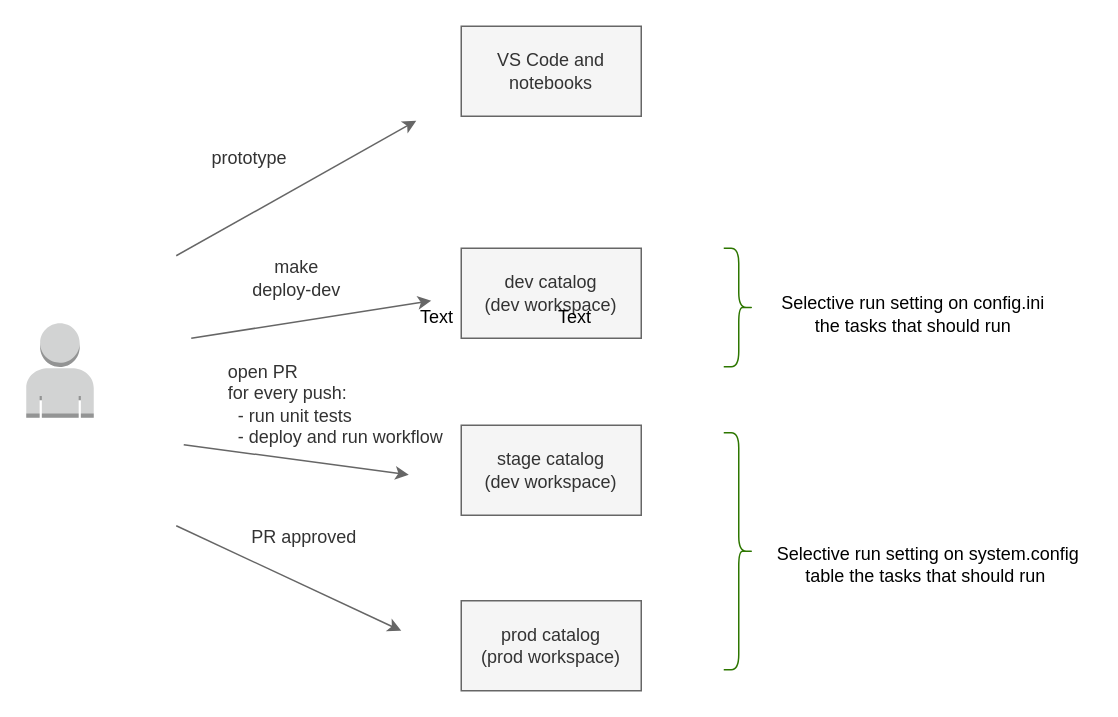
Earlier version of the draw.io diagram docs/ci_cd.drawio (andre-salvati/databricks-template). Source tidied: cells renumbered, new cells numbered last; positions are measured from the earlier drawing's top-left corner, leaving out a move shared by most shapes. Both pictures are drawn from the tidied source at 150%, with x=0, y=0 at pixel (26, 26).
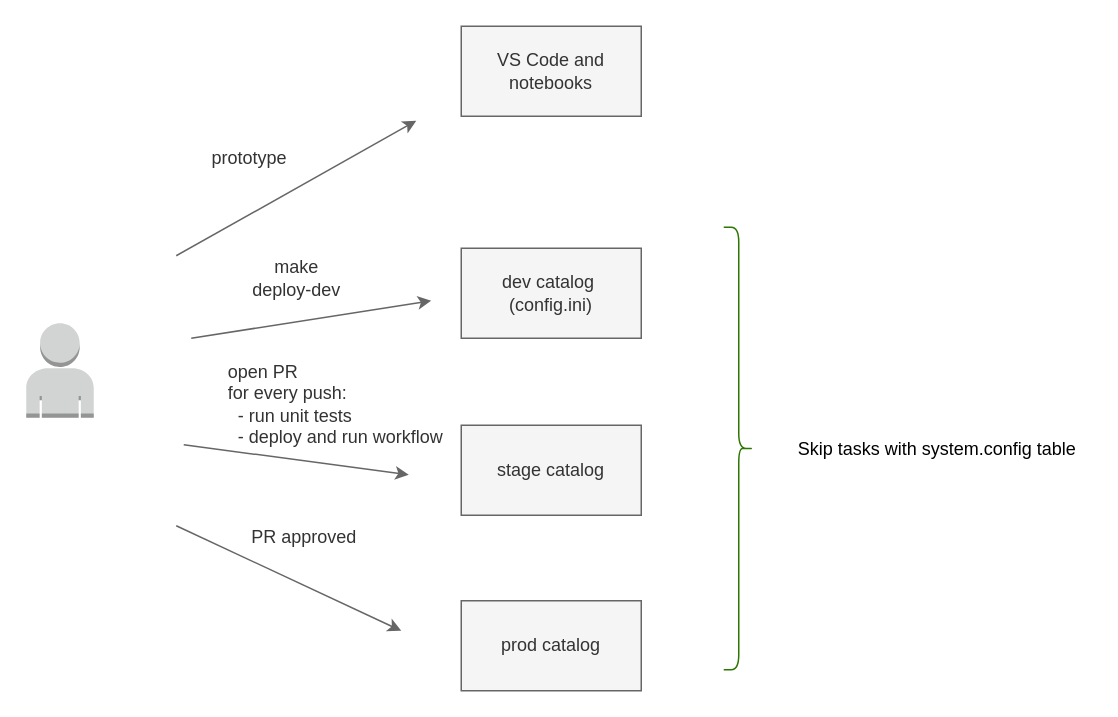
The same diagram, later.

What changed in the source:
```diff
@@
-    <mxCell id="4" value="dev catalog&lt;br&gt;(dev workspace)" style="rounded=0;whiteSpace=wrap;html=1;fillColor=#f5f5f5;fontColor=#333333;strokeColor=#666666;" parent="1" vertex="1">
+    <mxCell id="4" value="dev catalog&amp;nbsp;&lt;div&gt;(config.ini)&lt;/div&gt;" style="rounded=0;whiteSpace=wrap;html=1;fillColor=#f5f5f5;fontColor=#333333;strokeColor=#666666;" parent="1" vertex="1">
       <mxGeometry x="290" y="148" width="120" height="60" as="geometry" />
     </mxCell>
-    <mxCell id="5" value="stage catalog&lt;br&gt;(dev workspace)" style="rounded=0;whiteSpace=wrap;html=1;fillColor=#f5f5f5;fontColor=#333333;strokeColor=#666666;" parent="1" vertex="1">
+    <mxCell id="5" value="stage catalog" style="rounded=0;whiteSpace=wrap;html=1;fillColor=#f5f5f5;fontColor=#333333;strokeColor=#666666;" parent="1" vertex="1">
       <mxGeometry x="290" y="266" width="120" height="60" as="geometry" />
     </mxCell>
-    <mxCell id="6" value="prod catalog&lt;br&gt;(prod workspace)" style="rounded=0;whiteSpace=wrap;html=1;fillColor=#f5f5f5;fontColor=#333333;strokeColor=#666666;" parent="1" vertex="1">
+    <mxCell id="6" value="prod catalog" style="rounded=0;whiteSpace=wrap;html=1;fillColor=#f5f5f5;fontColor=#333333;strokeColor=#666666;" parent="1" vertex="1">
       <mxGeometry x="290" y="383" width="120" height="60" as="geometry" />
     </mxCell>
@@
-    <mxCell id="15" style="shape=curlyBracket;whiteSpace=wrap;html=1;rounded=1;flipH=1;labelPosition=right;verticalLabelPosition=middle;align=left;verticalAlign=middle;fillColor=#60a917;fontColor=#ffffff;strokeColor=#2D7600;" parent="1" vertex="1">
-      <mxGeometry x="465" y="148" width="20" height="79" as="geometry" />
-    </mxCell>
     <mxCell id="16" style="shape=curlyBracket;whiteSpace=wrap;html=1;rounded=1;flipH=1;labelPosition=right;verticalLabelPosition=middle;align=left;verticalAlign=middle;fillColor=#60a917;fontColor=#ffffff;strokeColor=#2D7600;" parent="1" vertex="1">
-      <mxGeometry x="465" y="271" width="20" height="158" as="geometry" />
+      <mxGeometry x="465" y="134" width="20" height="295" as="geometry" />
     </mxCell>
-    <mxCell id="17" value="Text" style="text;html=1;strokeColor=none;fillColor=none;align=center;verticalAlign=middle;whiteSpace=wrap;rounded=0;" parent="1" vertex="1">
-      <mxGeometry x="244" y="179" width="60" height="30" as="geometry" />
-    </mxCell>
-    <mxCell id="18" value="Text" style="text;html=1;strokeColor=none;fillColor=none;align=center;verticalAlign=middle;whiteSpace=wrap;rounded=0;" parent="1" vertex="1">
-      <mxGeometry x="336" y="179" width="60" height="30" as="geometry" />
-    </mxCell>
-    <mxCell id="19" value="Selective run setting on config.ini&lt;br&gt;&amp;nbsp;the tasks that should run&amp;nbsp;" style="text;html=1;align=center;verticalAlign=middle;fontColor=#000000;" parent="1" vertex="1">
-      <mxGeometry x="494" y="171" width="193" height="41" as="geometry" />
-    </mxCell>
-    <mxCell id="20" value="Selective run setting on system.config &lt;br&gt;table the tasks that should run&amp;nbsp;" style="text;html=1;align=center;verticalAlign=middle;fontColor=#000000;" parent="1" vertex="1">
-      <mxGeometry x="491" y="338" width="219" height="41" as="geometry" />
+    <mxCell id="20" value="Skip tasks with system.config table" style="text;html=1;align=center;verticalAlign=middle;fontColor=#000000;" parent="1" vertex="1">
+      <mxGeometry x="505" y="268.5" width="203" height="26" as="geometry" />
     </mxCell>
```
